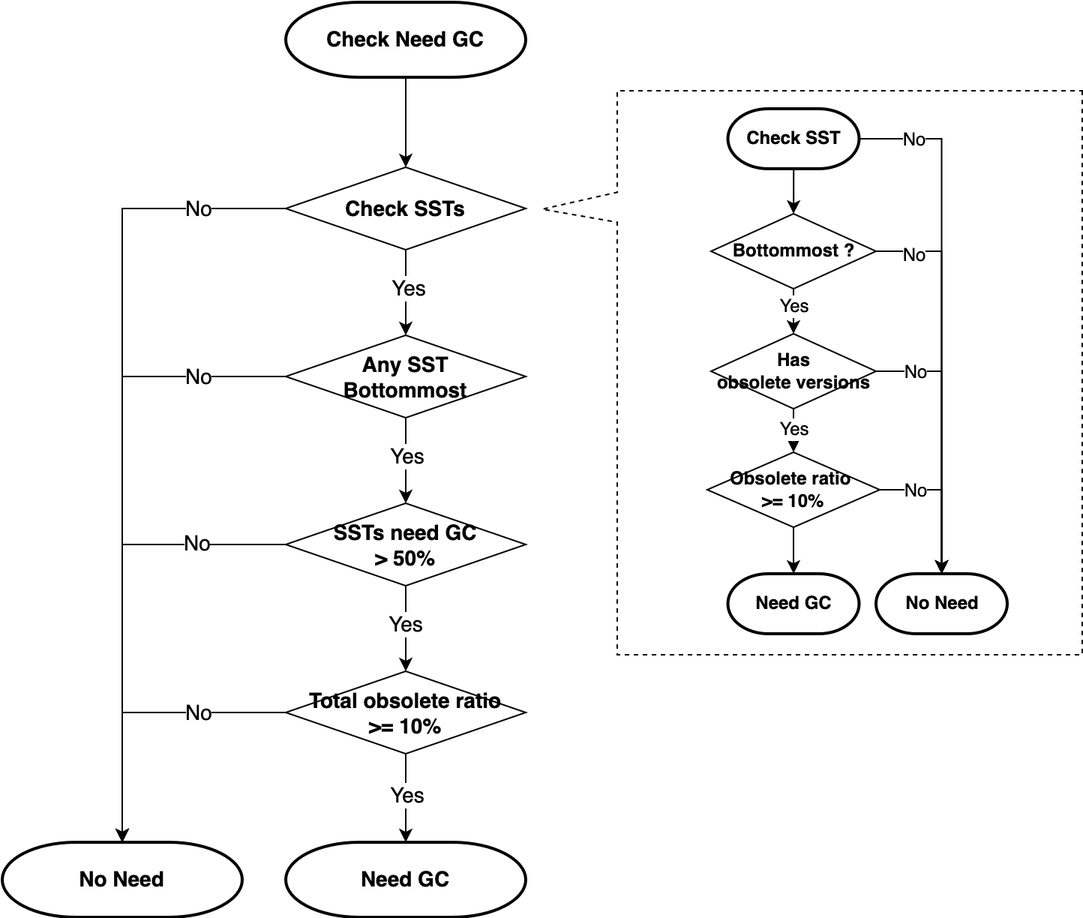
Earlier version of the draw.io export media/rawkv-gc-check.png (tikv/rfcs). Source tidied: cells renumbered, new cells last; positions are measured from the earlier drawing's top-left corner, leaving out a move shared by most shapes.
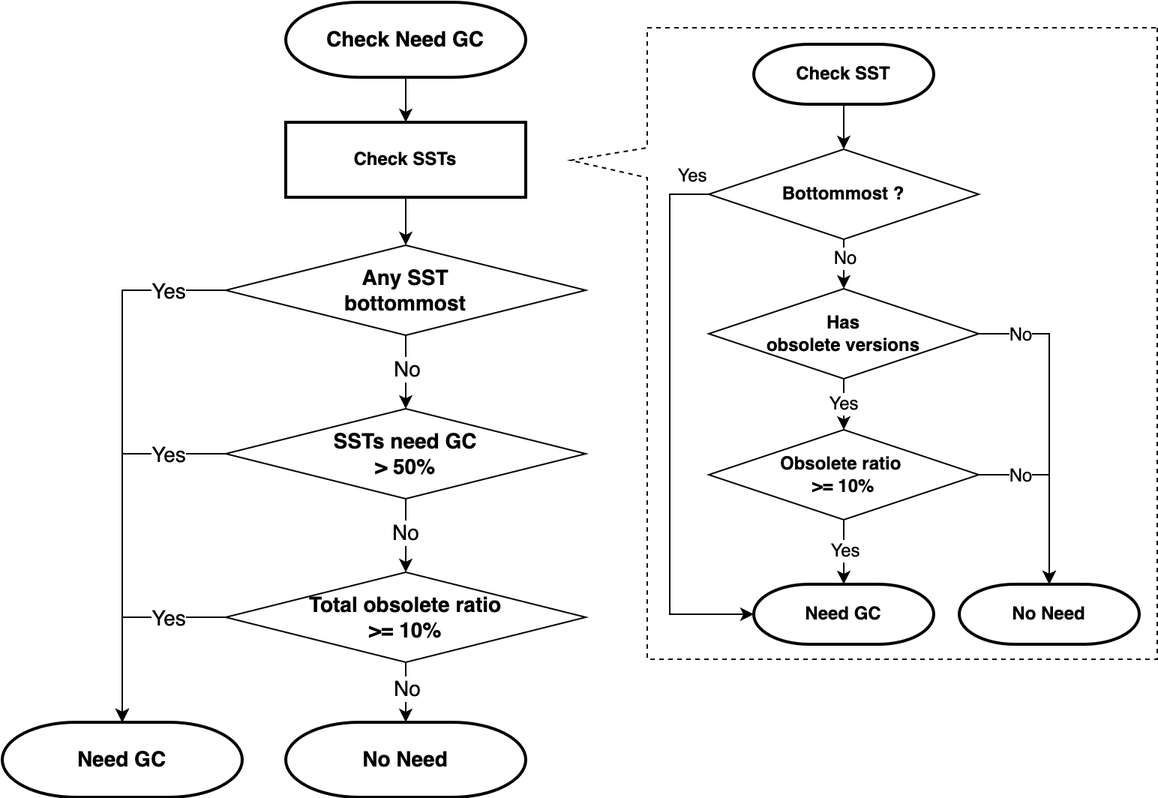
The same diagram one commit later.

Diff of the diagram source:
```diff
@@ -2,63 +2,57 @@
   <root>
     <mxCell id="0" />
     <mxCell id="1" parent="0" />
-    <mxCell id="2" style="shape=callout;whiteSpace=wrap;html=1;perimeter=calloutPerimeter;fontSize=14;size=50;position=0.18;position2=0.21;base=20;rounded=0;direction=south;dashed=1;fillColor=none;" parent="1" vertex="1">
-      <mxGeometry x="360" y="59" width="360" height="376" as="geometry" />
+    <mxCell id="2" style="shape=callout;whiteSpace=wrap;html=1;perimeter=calloutPerimeter;fontSize=14;size=51;position=0.19;position2=0.21;base=20;rounded=0;direction=south;dashed=1;fillColor=none;" parent="1" vertex="1">
+      <mxGeometry x="379" y="57" width="391" height="421" as="geometry" />
     </mxCell>
     <mxCell id="3" style="edgeStyle=orthogonalEdgeStyle;rounded=0;jettySize=auto;html=1;fontSize=14;" parent="1" edge="1" source="4" target="23">
       <mxGeometry relative="1" as="geometry" />
     </mxCell>
     <mxCell id="4" value="Check Need GC" style="strokeWidth=2;html=1;shape=mxgraph.flowchart.terminator;whiteSpace=wrap;fontSize=14;fontStyle=1;fillColor=none;" parent="1" vertex="1">
-      <mxGeometry x="189" width="160" height="50" as="geometry" />
+      <mxGeometry x="189" y="40" width="160" height="50" as="geometry" />
     </mxCell>
     <mxCell id="5" style="edgeStyle=orthogonalEdgeStyle;rounded=0;jettySize=auto;html=1;fontSize=12;strokeWidth=1;" parent="1" edge="1" source="43" target="10">
       <mxGeometry relative="1" as="geometry" />
     </mxCell>
-    <mxCell id="6" style="edgeStyle=orthogonalEdgeStyle;rounded=0;jettySize=auto;html=1;fontSize=12;exitX=1;exitY=0.5;exitDx=0;exitDy=0;exitPerimeter=0;" parent="1" edge="1" source="43" target="45">
-      <mxGeometry relative="1" as="geometry" />
-    </mxCell>
-    <mxCell id="7" value="No" style="edgeLabel;html=1;align=center;verticalAlign=middle;fontSize=12;labelBackgroundColor=default;" parent="6" vertex="1">
-      <mxGeometry x="-0.76" y="-1" relative="1" as="geometry">
-        <mxPoint x="-5" y="-1" as="offset" />
-      </mxGeometry>
-    </mxCell>
     <mxCell id="8" style="edgeStyle=orthogonalEdgeStyle;rounded=0;jettySize=auto;html=1;fontSize=12;" parent="1" edge="1" source="10" target="12">
       <mxGeometry relative="1" as="geometry" />
     </mxCell>
-    <mxCell id="9" value="Yes" style="edgeLabel;html=1;align=center;verticalAlign=middle;fontSize=12;" parent="8" vertex="1">
+    <mxCell id="9" value="No" style="edgeLabel;html=1;align=center;verticalAlign=middle;fontSize=12;" parent="8" vertex="1">
       <mxGeometry x="-0.12" y="-1" relative="1" as="geometry">
         <mxPoint x="-1" y="-7" as="offset" />
       </mxGeometry>
     </mxCell>
     <mxCell id="10" value="Bottommost ?" style="rhombus;whiteSpace=wrap;html=1;fontSize=12;fontStyle=1;fillColor=none;" parent="1" vertex="1">
-      <mxGeometry x="472.5" y="141" width="110" height="50" as="geometry" />
+      <mxGeometry x="471" y="138" width="180" height="60" as="geometry" />
     </mxCell>
     <mxCell id="11" value="Yes" style="edgeStyle=orthogonalEdgeStyle;rounded=0;jettySize=auto;html=1;fontSize=12;exitX=0.5;exitY=1;exitDx=0;exitDy=0;" parent="1" edge="1" source="12" target="14">
       <mxGeometry relative="1" as="geometry" />
     </mxCell>
     <mxCell id="12" value="Has&lt;br style=&quot;font-size: 12px;&quot;&gt;obsolete versions" style="rhombus;whiteSpace=wrap;html=1;fontSize=12;fontStyle=1;fillColor=none;" parent="1" vertex="1">
-      <mxGeometry x="472.5" y="221" width="110" height="50" as="geometry" />
+      <mxGeometry x="471" y="231" width="180" height="60" as="geometry" />
     </mxCell>
     <mxCell id="13" style="edgeStyle=orthogonalEdgeStyle;rounded=0;jettySize=auto;html=1;fontSize=12;" parent="1" edge="1" source="14" target="44">
       <mxGeometry relative="1" as="geometry" />
     </mxCell>
+    <mxCell id="22" value="Yes" style="edgeLabel;html=1;align=center;verticalAlign=middle;fontSize=12;" parent="13" vertex="1">
+      <mxGeometry x="-0.22" y="-2" relative="1" as="geometry">
+        <mxPoint x="2" y="3" as="offset" />
+      </mxGeometry>
+    </mxCell>
     <mxCell id="14" value="Obsolete ratio &lt;br style=&quot;font-size: 12px;&quot;&gt;&amp;gt;= 10%" style="rhombus;whiteSpace=wrap;html=1;fontSize=12;fontStyle=1;fillColor=none;" parent="1" vertex="1">
-      <mxGeometry x="470" y="300" width="115" height="50" as="geometry" />
+      <mxGeometry x="471" y="325" width="180" height="60" as="geometry" />
     </mxCell>
-    <mxCell id="15" style="endArrow=classic;html=1;rounded=0;exitX=1;exitY=0.5;exitDx=0;exitDy=0;edgeStyle=orthogonalEdgeStyle;fontSize=12;" parent="1" edge="1" source="10" target="45">
-      <mxGeometry relative="1" as="geometry" />
-    </mxCell>
-    <mxCell id="16" value="No" style="edgeLabel;html=1;align=center;verticalAlign=middle;fontSize=12;labelBackgroundColor=default;" parent="15" vertex="1">
-      <mxGeometry x="-0.8" y="-2" relative="1" as="geometry">
-        <mxPoint x="-1" as="offset" />
-      </mxGeometry>
-    </mxCell>
-    <mxCell id="17" style="endArrow=classic;html=1;rounded=0;exitX=1;exitY=0.5;exitDx=0;exitDy=0;edgeStyle=orthogonalEdgeStyle;entryX=0.5;entryY=0;entryDx=0;entryDy=0;fontSize=12;entryPerimeter=0;" parent="1" edge="1" source="12" target="45">
-      <mxGeometry relative="1" as="geometry" />
+    <mxCell id="17" style="endArrow=classic;html=1;rounded=0;exitX=0;exitY=0.5;exitDx=0;exitDy=0;edgeStyle=orthogonalEdgeStyle;entryX=0;entryY=0.5;entryDx=0;entryDy=0;fontSize=12;entryPerimeter=0;" parent="1" edge="1" source="10" target="44">
+      <mxGeometry relative="1" as="geometry">
+        <Array as="points">
+          <mxPoint x="445" y="168" />
+          <mxPoint x="445" y="448" />
+        </Array>
+      </mxGeometry>
     </mxCell>
-    <mxCell id="18" value="No" style="edgeLabel;html=1;align=center;verticalAlign=middle;fontSize=12;labelBackgroundColor=default;" parent="17" vertex="1">
+    <mxCell id="18" value="Yes" style="edgeLabel;html=1;align=center;verticalAlign=middle;fontSize=12;labelBackgroundColor=default;" parent="17" vertex="1">
       <mxGeometry x="-0.65" y="-3" relative="1" as="geometry">
-        <mxPoint x="-5" y="-3" as="offset" />
+        <mxPoint x="17" y="-50" as="offset" />
       </mxGeometry>
     </mxCell>
     <mxCell id="19" style="endArrow=classic;html=1;rounded=0;exitX=1;exitY=0.5;exitDx=0;exitDy=0;entryX=0.5;entryY=0;entryDx=0;entryDy=0;edgeStyle=orthogonalEdgeStyle;fontSize=12;entryPerimeter=0;" parent="1" edge="1" source="14" target="45">
@@ -66,95 +60,98 @@
     </mxCell>
     <mxCell id="20" value="No" style="edgeLabel;html=1;align=center;verticalAlign=middle;fontSize=12;labelBackgroundColor=default;" parent="19" vertex="1">
       <mxGeometry x="-0.59" relative="1" as="geometry">
-        <mxPoint x="3" as="offset" />
+        <mxPoint x="2" as="offset" />
       </mxGeometry>
     </mxCell>
     <mxCell id="21" style="edgeStyle=orthogonalEdgeStyle;rounded=0;jettySize=auto;html=1;fontSize=14;entryX=0.5;entryY=0;entryDx=0;entryDy=0;" parent="1" edge="1" source="23" target="36">
       <mxGeometry relative="1" as="geometry" />
     </mxCell>
-    <mxCell id="22" value="Yes" style="edgeLabel;html=1;align=center;verticalAlign=middle;fontSize=14;" parent="21" vertex="1">
-      <mxGeometry x="-0.11" y="1" relative="1" as="geometry" />
-    </mxCell>
-    <mxCell id="23" value="Check SSTs" style="rhombus;whiteSpace=wrap;html=1;fontSize=14;flipV=1;fontStyle=1;fillColor=none;" parent="1" vertex="1">
-      <mxGeometry x="189" y="110" width="160" height="55" as="geometry" />
+    <mxCell id="23" value="Check SSTs" style="rounded=0;whiteSpace=wrap;html=1;fontSize=12;strokeWidth=2;fontStyle=1;" parent="1" vertex="1">
+      <mxGeometry x="189" y="120" width="160" height="50" as="geometry" />
     </mxCell>
     <mxCell id="24" style="edgeStyle=orthogonalEdgeStyle;rounded=0;jettySize=auto;html=1;fontSize=14;" parent="1" edge="1" source="28" target="33">
       <mxGeometry relative="1" as="geometry" />
     </mxCell>
-    <mxCell id="25" value="Yes" style="edgeLabel;html=1;align=center;verticalAlign=middle;fontSize=14;" parent="24" vertex="1">
+    <mxCell id="25" value="No" style="edgeLabel;html=1;align=center;verticalAlign=middle;fontSize=14;" parent="24" vertex="1">
       <mxGeometry x="-0.23" y="-1" relative="1" as="geometry">
         <mxPoint y="3" as="offset" />
       </mxGeometry>
     </mxCell>
-    <mxCell id="26" style="edgeStyle=orthogonalEdgeStyle;rounded=0;jettySize=auto;html=1;fontSize=14;" parent="1" edge="1" source="28" target="29">
-      <mxGeometry relative="1" as="geometry" />
+    <mxCell id="26" style="edgeStyle=orthogonalEdgeStyle;rounded=0;jettySize=auto;html=1;fontSize=14;exitX=0;exitY=0.5;exitDx=0;exitDy=0;" parent="1" edge="1" source="28" target="29">
+      <mxGeometry relative="1" as="geometry">
+        <Array as="points">
+          <mxPoint x="80" y="341" />
+        </Array>
+      </mxGeometry>
     </mxCell>
-    <mxCell id="27" value="No" style="edgeLabel;html=1;align=center;verticalAlign=middle;fontSize=14;labelBackgroundColor=default;" parent="26" vertex="1">
-      <mxGeometry x="-0.61" y="-1" relative="1" as="geometry" />
+    <mxCell id="27" value="Yes" style="edgeLabel;html=1;align=center;verticalAlign=middle;fontSize=14;labelBackgroundColor=default;" parent="26" vertex="1">
+      <mxGeometry x="-0.61" y="-1" relative="1" as="geometry">
+        <mxPoint x="9" y="1" as="offset" />
+      </mxGeometry>
     </mxCell>
     <mxCell id="28" value="SSTs need GC&lt;br style=&quot;font-size: 14px;&quot;&gt;&amp;gt; 50%" style="rhombus;whiteSpace=wrap;html=1;fontSize=14;flipV=1;fontStyle=1;fillColor=none;" parent="1" vertex="1">
-      <mxGeometry x="189" y="334" width="160" height="55" as="geometry" />
+      <mxGeometry x="149" y="311" width="240" height="60" as="geometry" />
     </mxCell>
-    <mxCell id="29" value="No Need" style="strokeWidth=2;html=1;shape=mxgraph.flowchart.terminator;whiteSpace=wrap;fontSize=14;fontStyle=1;fillColor=none;" parent="1" vertex="1">
-      <mxGeometry y="560" width="160" height="50" as="geometry" />
+    <mxCell id="29" value="Need GC" style="strokeWidth=2;html=1;shape=mxgraph.flowchart.terminator;whiteSpace=wrap;fontSize=14;fontStyle=1;fillColor=none;" parent="1" vertex="1">
+      <mxGeometry y="520" width="160" height="50" as="geometry" />
     </mxCell>
-    <mxCell id="30" value="Need GC" style="strokeWidth=2;html=1;shape=mxgraph.flowchart.terminator;whiteSpace=wrap;fontSize=14;fontStyle=1;fillColor=none;" parent="1" vertex="1">
-      <mxGeometry x="189" y="560" width="160" height="50" as="geometry" />
+    <mxCell id="30" value="No Need" style="strokeWidth=2;html=1;shape=mxgraph.flowchart.terminator;whiteSpace=wrap;fontSize=14;fontStyle=1;fillColor=none;" parent="1" vertex="1">
+      <mxGeometry x="189" y="520" width="160" height="50" as="geometry" />
     </mxCell>
     <mxCell id="31" style="edgeStyle=orthogonalEdgeStyle;rounded=0;jettySize=auto;html=1;fontSize=14;" parent="1" edge="1" source="33" target="30">
       <mxGeometry relative="1" as="geometry" />
     </mxCell>
-    <mxCell id="32" value="Yes" style="edgeLabel;html=1;align=center;verticalAlign=middle;fontSize=14;" parent="31" vertex="1">
+    <mxCell id="32" value="No" style="edgeLabel;html=1;align=center;verticalAlign=middle;fontSize=14;" parent="31" vertex="1">
       <mxGeometry x="-0.24" y="1" relative="1" as="geometry">
-        <mxPoint x="-1" y="5" as="offset" />
+        <mxPoint x="-1" y="2" as="offset" />
       </mxGeometry>
     </mxCell>
     <mxCell id="33" value="Total obsolete ratio&lt;br style=&quot;font-size: 14px;&quot;&gt;&amp;gt;= 10%" style="rhombus;whiteSpace=wrap;html=1;fontSize=14;flipV=1;fontStyle=1;fillColor=none;" parent="1" vertex="1">
-      <mxGeometry x="189" y="446" width="160" height="55" as="geometry" />
+      <mxGeometry x="149" y="420" width="240" height="60" as="geometry" />
     </mxCell>
     <mxCell id="34" style="edgeStyle=orthogonalEdgeStyle;rounded=0;jettySize=auto;html=1;fontSize=14;" parent="1" edge="1" source="36" target="28">
       <mxGeometry relative="1" as="geometry" />
     </mxCell>
-    <mxCell id="35" value="Yes" style="edgeLabel;html=1;align=center;verticalAlign=middle;fontSize=14;" parent="34" vertex="1">
+    <mxCell id="35" value="No" style="edgeLabel;html=1;align=center;verticalAlign=middle;fontSize=14;" parent="34" vertex="1">
       <mxGeometry x="-0.24" y="1" relative="1" as="geometry">
         <mxPoint x="-1" y="3" as="offset" />
       </mxGeometry>
     </mxCell>
-    <mxCell id="36" value="Any SST&lt;br style=&quot;font-size: 14px;&quot;&gt;Bottommost" style="rhombus;whiteSpace=wrap;html=1;fontSize=14;flipV=1;fontStyle=1;fillColor=none;" parent="1" vertex="1">
-      <mxGeometry x="189" y="222" width="160" height="55" as="geometry" />
+    <mxCell id="36" value="Any SST&lt;br style=&quot;font-size: 14px;&quot;&gt;bottommost" style="rhombus;whiteSpace=wrap;html=1;fontSize=14;flipV=1;fontStyle=1;fillColor=none;" parent="1" vertex="1">
+      <mxGeometry x="149" y="202" width="240" height="60" as="geometry" />
     </mxCell>
-    <mxCell id="37" style="edgeStyle=orthogonalEdgeStyle;rounded=0;jettySize=auto;html=1;fontSize=14;exitX=0;exitY=0.5;exitDx=0;exitDy=0;entryX=0.5;entryY=0;entryDx=0;entryDy=0;" parent="1" edge="1" source="23" target="29">
-      <mxGeometry relative="1" as="geometry" />
-    </mxCell>
-    <mxCell id="38" value="No" style="edgeLabel;html=1;align=center;verticalAlign=middle;fontSize=14;labelBackgroundColor=default;" parent="37" vertex="1">
-      <mxGeometry x="-0.61" y="-1" relative="1" as="geometry">
-        <mxPoint x="44" y="1" as="offset" />
-      </mxGeometry>
-    </mxCell>
     <mxCell id="39" style="edgeStyle=orthogonalEdgeStyle;rounded=0;jettySize=auto;html=1;fontSize=14;exitX=0;exitY=0.5;exitDx=0;exitDy=0;entryX=0.5;entryY=0;entryDx=0;entryDy=0;" parent="1" edge="1" source="36" target="29">
       <mxGeometry relative="1" as="geometry" />
     </mxCell>
-    <mxCell id="40" value="No" style="edgeLabel;html=1;align=center;verticalAlign=middle;fontSize=14;labelBackgroundColor=default;" parent="39" vertex="1">
+    <mxCell id="40" value="Yes" style="edgeLabel;html=1;align=center;verticalAlign=middle;fontSize=14;labelBackgroundColor=default;" parent="39" vertex="1">
       <mxGeometry x="-0.61" y="-1" relative="1" as="geometry">
-        <mxPoint x="22" y="1" as="offset" />
+        <mxPoint x="31" as="offset" />
       </mxGeometry>
     </mxCell>
     <mxCell id="41" style="edgeStyle=orthogonalEdgeStyle;rounded=0;jettySize=auto;html=1;fontSize=14;exitX=0;exitY=0.5;exitDx=0;exitDy=0;entryX=0.5;entryY=0;entryDx=0;entryDy=0;" parent="1" edge="1" source="33" target="29">
       <mxGeometry relative="1" as="geometry" />
     </mxCell>
-    <mxCell id="42" value="No" style="edgeLabel;html=1;align=center;verticalAlign=middle;fontSize=14;labelBackgroundColor=default;" parent="41" vertex="1">
+    <mxCell id="42" value="Yes" style="edgeLabel;html=1;align=center;verticalAlign=middle;fontSize=14;labelBackgroundColor=default;" parent="41" vertex="1">
       <mxGeometry x="-0.61" y="-1" relative="1" as="geometry">
-        <mxPoint x="-21" y="1" as="offset" />
+        <mxPoint x="-12" y="1" as="offset" />
       </mxGeometry>
     </mxCell>
     <mxCell id="43" value="Check SST" style="strokeWidth=2;html=1;shape=mxgraph.flowchart.terminator;whiteSpace=wrap;fontSize=12;fontStyle=1;fillColor=none;" parent="1" vertex="1">
-      <mxGeometry x="483.8" y="71" width="87.5" height="40" as="geometry" />
+      <mxGeometry x="501" y="68" width="120" height="40" as="geometry" />
     </mxCell>
     <mxCell id="44" value="Need GC" style="strokeWidth=2;html=1;shape=mxgraph.flowchart.terminator;whiteSpace=wrap;fontSize=12;fontStyle=1;fillColor=none;" parent="1" vertex="1">
-      <mxGeometry x="483.8" y="381" width="87.5" height="40" as="geometry" />
+      <mxGeometry x="501" y="428" width="120" height="40" as="geometry" />
     </mxCell>
     <mxCell id="45" value="No Need" style="strokeWidth=2;html=1;shape=mxgraph.flowchart.terminator;whiteSpace=wrap;fontSize=12;fontStyle=1;fillColor=none;" parent="1" vertex="1">
-      <mxGeometry x="582.5" y="381" width="87.5" height="40" as="geometry" />
+      <mxGeometry x="638" y="428" width="120" height="40" as="geometry" />
     </mxCell>
+    <mxCell id="46" style="endArrow=classic;html=1;rounded=0;exitX=1;exitY=0.5;exitDx=0;exitDy=0;entryX=0.5;entryY=0;entryDx=0;entryDy=0;edgeStyle=orthogonalEdgeStyle;fontSize=12;entryPerimeter=0;" parent="1" edge="1" source="12" target="45">
+      <mxGeometry relative="1" as="geometry" />
+    </mxCell>
+    <mxCell id="47" value="No" style="edgeLabel;html=1;align=center;verticalAlign=middle;fontSize=12;labelBackgroundColor=default;" parent="46" vertex="1">
+      <mxGeometry x="-0.59" relative="1" as="geometry">
+        <mxPoint x="-17" as="offset" />
+      </mxGeometry>
+    </mxCell>
   </root>
 </mxGraphModel>
```
